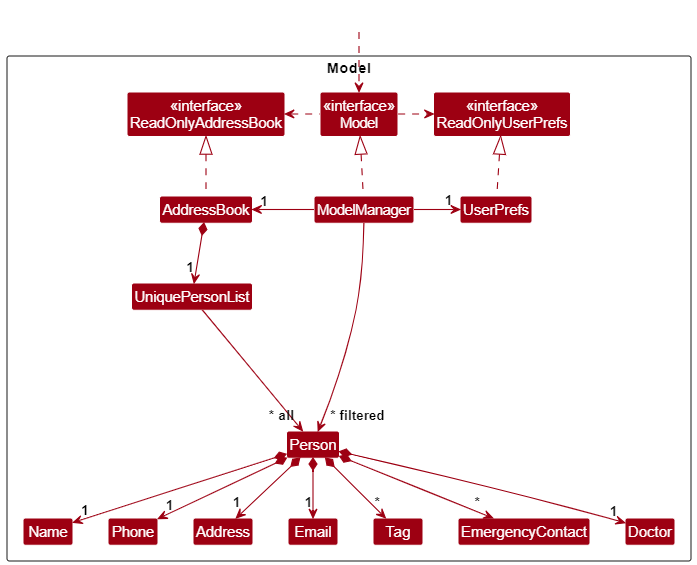
Earlier version of the PlantUML export docs/images/ModelClassDiagram.png (nus-cs2103-AY2425S1/tp). Its source is kept beside it as docs/diagrams/ModelClassDiagram.puml.
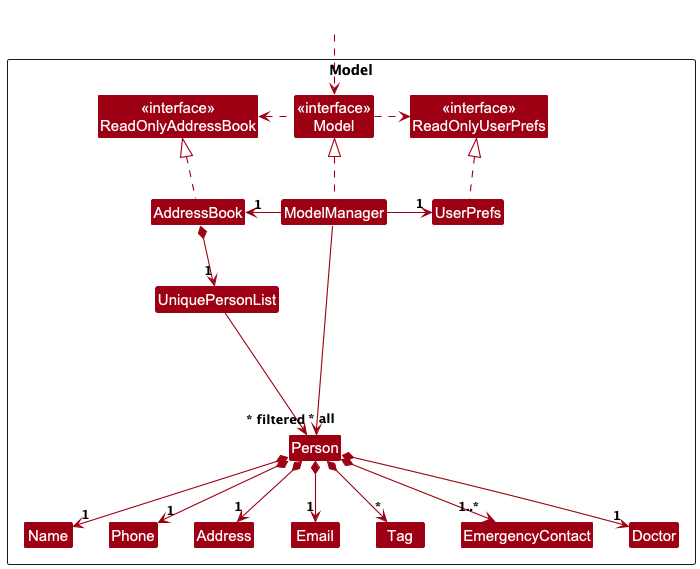
The same diagram one commit later.

The edit, as a diff of the source:
```diff
@@ -43,7 +43,7 @@
 Person *--> "1" Phone
 Person *--> "1" Email
 Person *--> "1" Address
-Person *--> "*" EmergencyContact
+Person *--> "1..*" EmergencyContact
 Person *--> "*" Tag
 Person *--> "1" Doctor
 
```
